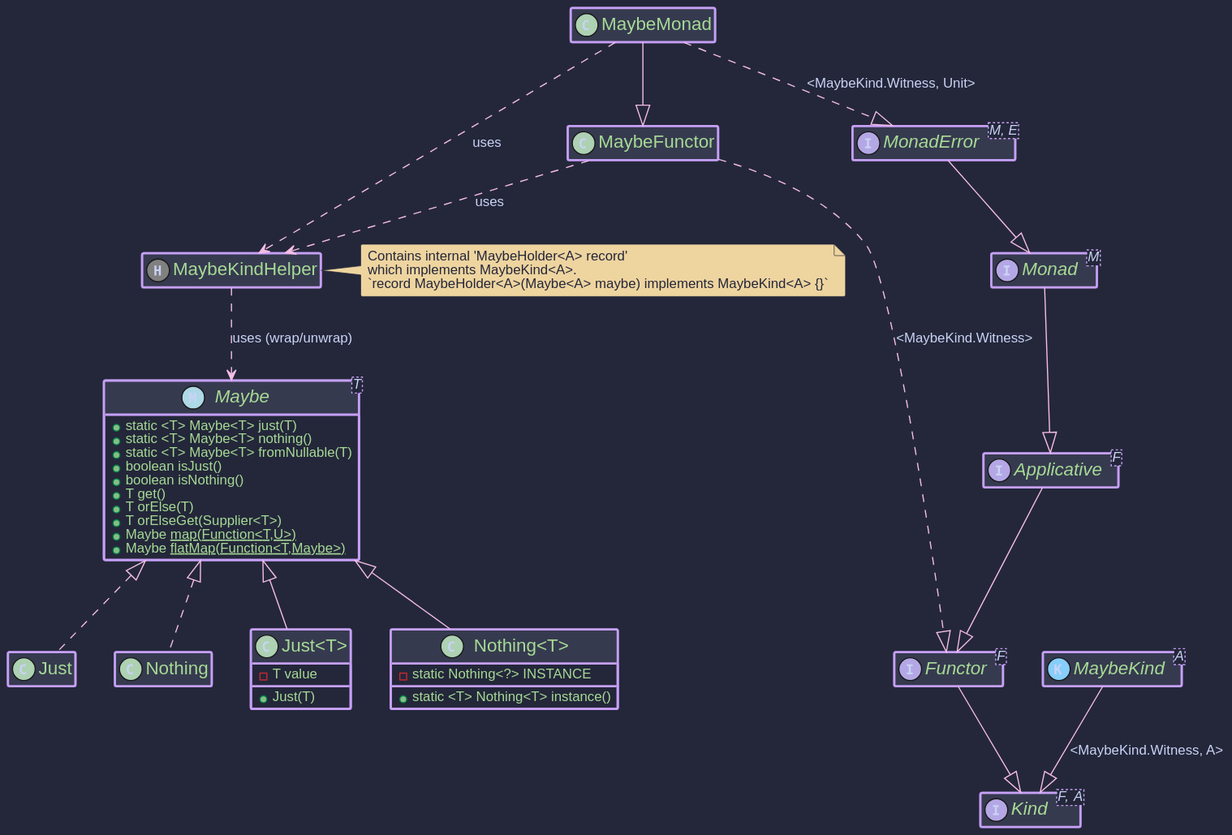
Above: hkj-book/src/images/puml/maybe_monad.svg in higher-kinded-j/higher-kinded-j (PlantUML), before the change.
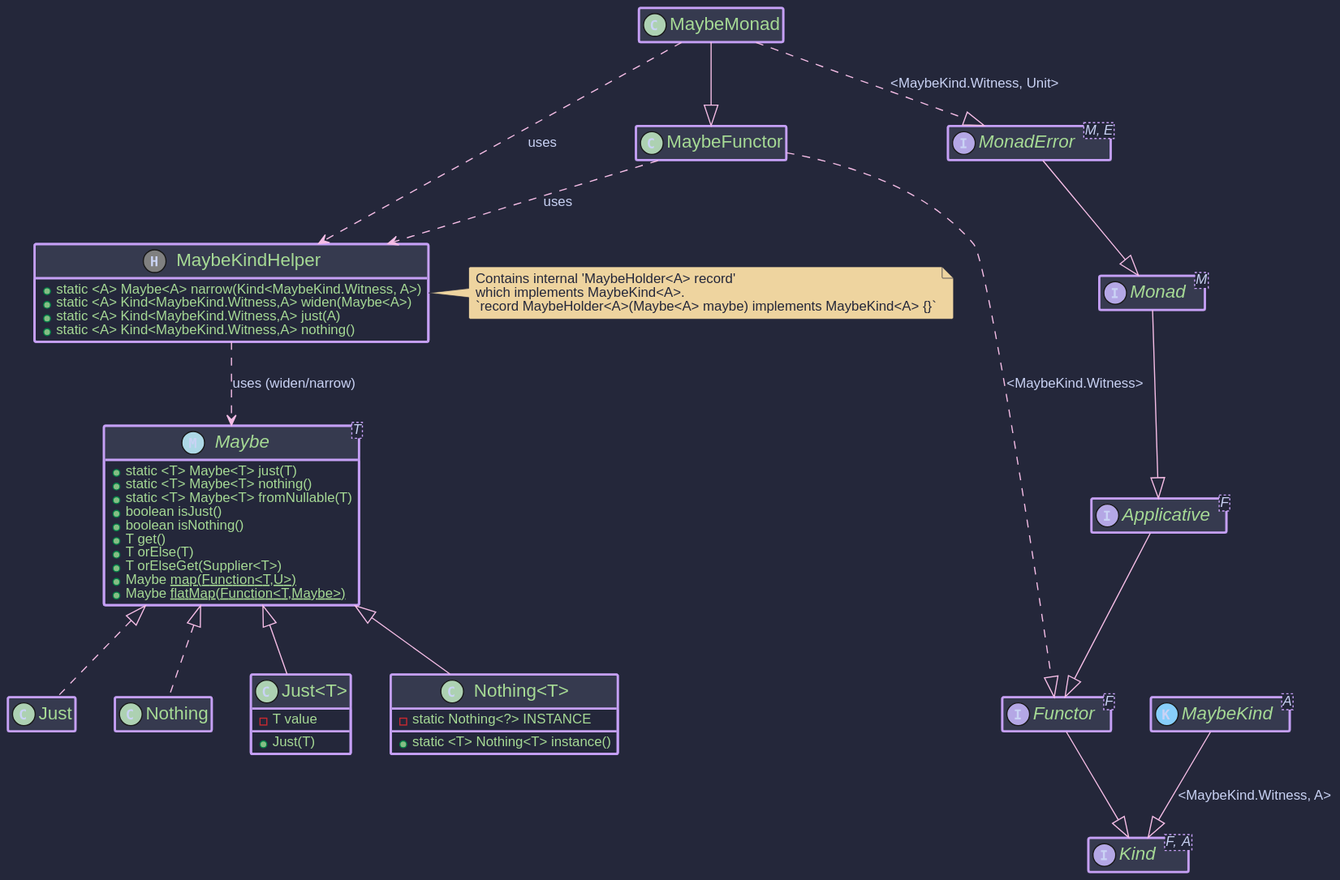
Later version of the same file.

Change to the diagram source:
```diff
@@ -36,6 +36,10 @@
   }
 
   class "MaybeKindHelper" as MaybeKindHelper << (H,grey) >> {
+     + static <A> Maybe<A> narrow(Kind<MaybeKind.Witness, A>)
+     + static <A> Kind<MaybeKind.Witness,A> widen(Maybe<A>)
+     + static <A> Kind<MaybeKind.Witness,A> just(A)
+     + static <A> Kind<MaybeKind.Witness,A> nothing()
   }
   note right of MaybeKindHelper
     Contains internal 'MaybeHolder<A> record'
@@ -64,7 +68,7 @@
 
 MaybeMonadImpl ..> MaybeKindHelper : uses
 MaybeFunctorImpl ..> MaybeKindHelper : uses
-MaybeKindHelper ..> MaybeInterface : uses (wrap/unwrap)
+MaybeKindHelper ..> MaybeInterface : uses (widen/narrow)
 MaybeInterface <|.. Just
 MaybeInterface <|.. Nothing
 @enduml
```
